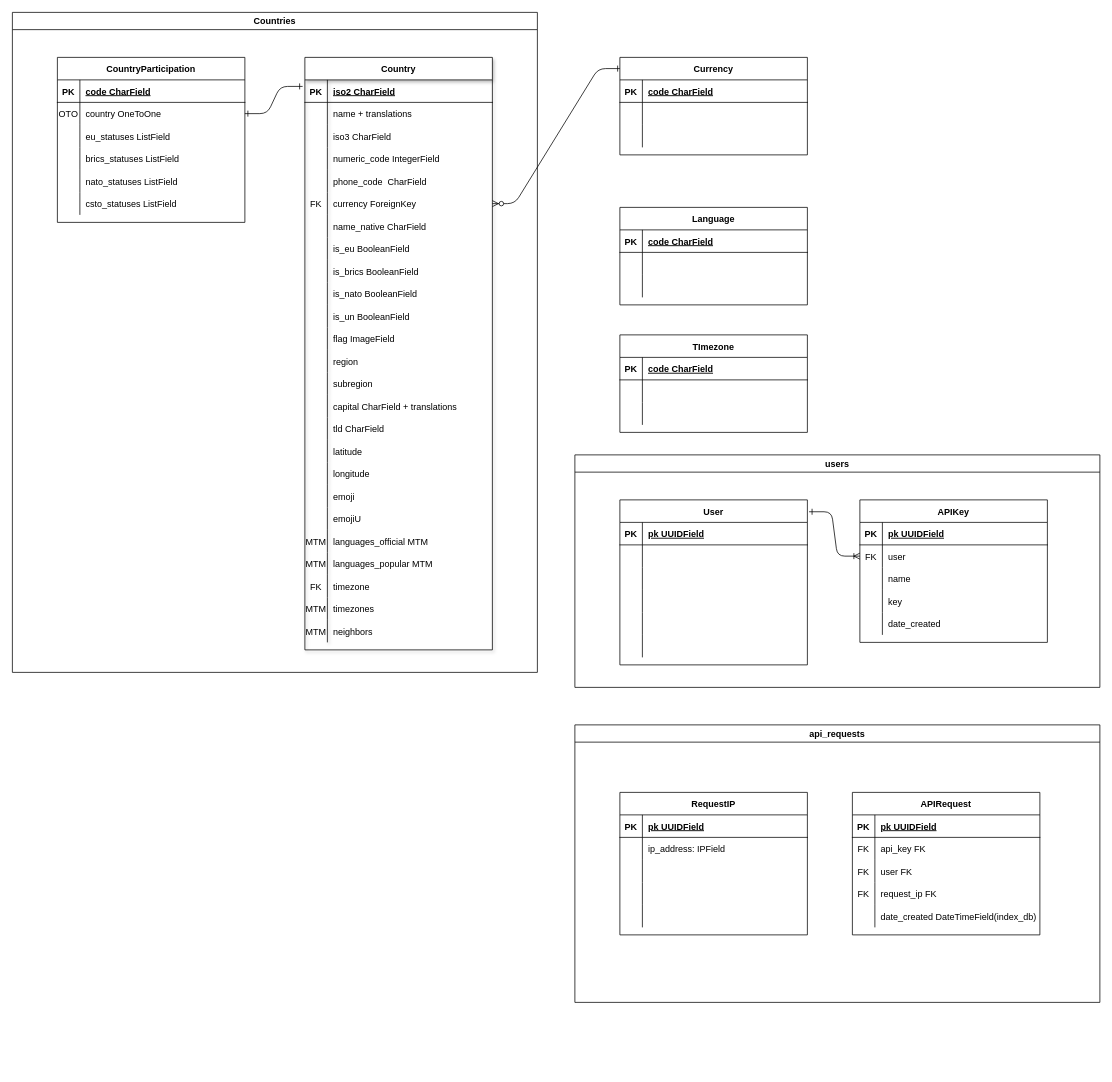
Rey092/ergostar keeps this draw.io diagram as db.drawio. Above is the earlier version. Source tidied: cells renumbered, new cells numbered last; positions are measured from the earlier drawing's top-left corner, leaving out a move shared by most shapes. Both pictures are drawn from the tidied source at 75%, with x=0, y=0 at pixel (12, 12).
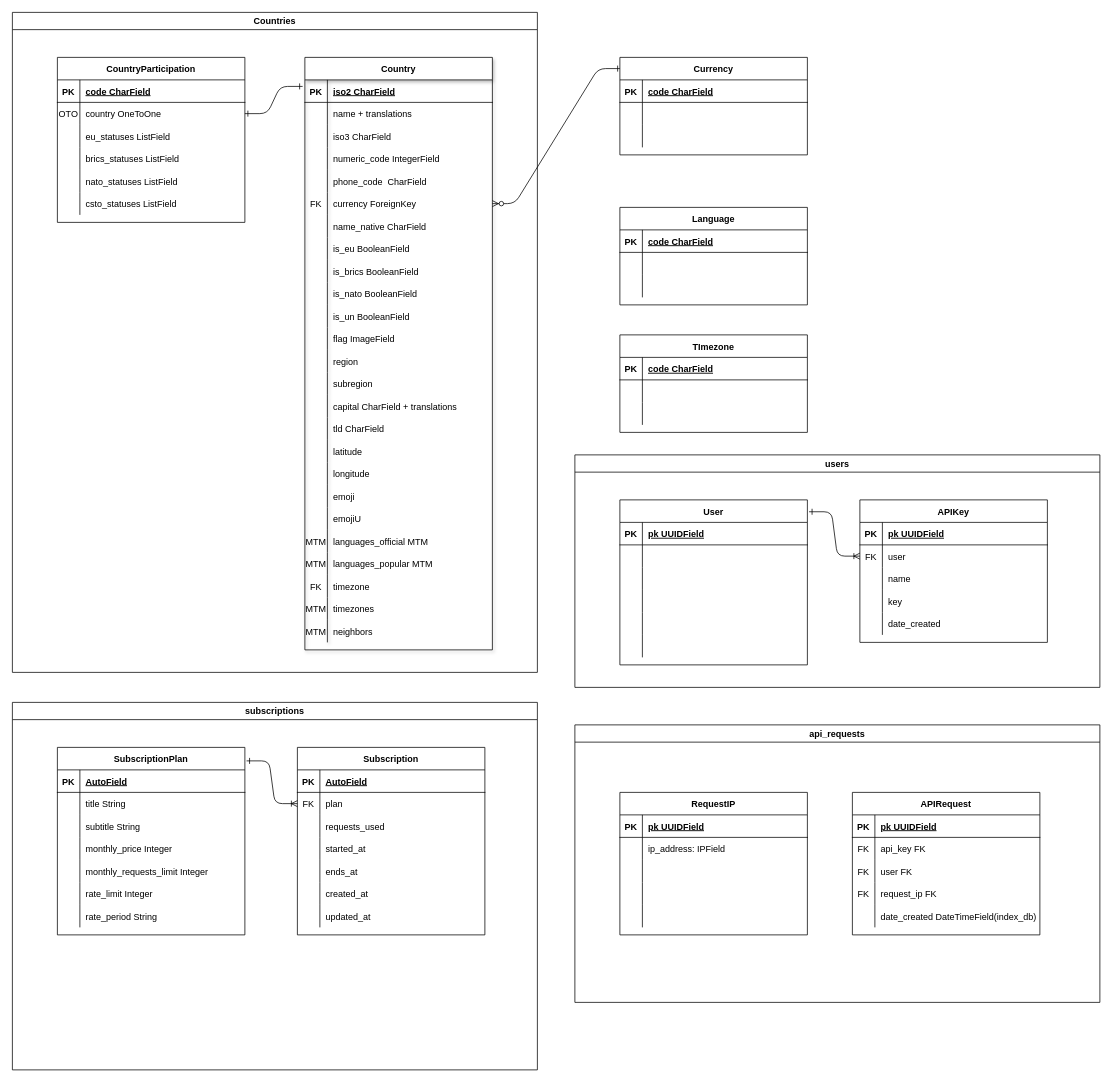
The same page after the edit.

What changed in the source:
```diff
@@
+    <mxCell id="200" value="subscriptions" style="swimlane;startSize=23;" parent="1" vertex="1">
+      <mxGeometry y="920" width="700" height="490" as="geometry" />
+    </mxCell>
+    <mxCell id="201" value="SubscriptionPlan" style="shape=table;startSize=30;childLayout=tableLayout;rowLines=0;fontStyle=1;align=center;" parent="200" vertex="1">
+      <mxGeometry x="60" y="60" width="250" height="250" as="geometry" />
+    </mxCell>
+    <mxCell id="202" style="shape=partialRectangle;fillColor=none;top=0;left=0;right=0;bottom=1;" parent="201" vertex="1">
+      <mxGeometry y="30" width="250" height="30" as="geometry" />
+    </mxCell>
+    <mxCell id="203" value="PK" style="shape=partialRectangle;overflow=hidden;fillColor=none;top=0;left=0;bottom=0;right=0;fontStyle=1;" parent="202" vertex="1">
+      <mxGeometry width="30" height="30" as="geometry" />
+    </mxCell>
+    <mxCell id="204" value="AutoField" style="shape=partialRectangle;overflow=hidden;fillColor=none;top=0;left=0;bottom=0;right=0;align=left;spacingLeft=6;fontStyle=5;" parent="202" vertex="1">
+      <mxGeometry x="30" width="220" height="30" as="geometry" />
+    </mxCell>
+    <mxCell id="205" style="shape=partialRectangle;fillColor=none;top=0;left=0;right=0;bottom=0;" parent="201" vertex="1">
+      <mxGeometry y="60" width="250" height="30" as="geometry" />
+    </mxCell>
+    <mxCell id="206" style="shape=partialRectangle;overflow=hidden;fillColor=none;top=0;left=0;bottom=0;right=0;" parent="205" vertex="1">
+      <mxGeometry width="30" height="30" as="geometry" />
+    </mxCell>
+    <mxCell id="207" value="title String" style="shape=partialRectangle;overflow=hidden;fillColor=none;top=0;left=0;bottom=0;right=0;align=left;spacingLeft=6;" parent="205" vertex="1">
+      <mxGeometry x="30" width="220" height="30" as="geometry" />
+    </mxCell>
+    <mxCell id="208" style="shape=partialRectangle;fillColor=none;top=0;left=0;right=0;bottom=0;" parent="201" vertex="1">
+      <mxGeometry y="90" width="250" height="30" as="geometry" />
+    </mxCell>
+    <mxCell id="209" style="shape=partialRectangle;overflow=hidden;fillColor=none;top=0;left=0;bottom=0;right=0;" parent="208" vertex="1">
+      <mxGeometry width="30" height="30" as="geometry" />
+    </mxCell>
+    <mxCell id="210" value="subtitle String" style="shape=partialRectangle;overflow=hidden;fillColor=none;top=0;left=0;bottom=0;right=0;align=left;spacingLeft=6;" parent="208" vertex="1">
+      <mxGeometry x="30" width="220" height="30" as="geometry" />
+    </mxCell>
+    <mxCell id="211" style="shape=partialRectangle;fillColor=none;top=0;left=0;right=0;bottom=0;" parent="201" vertex="1">
+      <mxGeometry y="120" width="250" height="30" as="geometry" />
+    </mxCell>
+    <mxCell id="212" style="shape=partialRectangle;overflow=hidden;fillColor=none;top=0;left=0;bottom=0;right=0;" parent="211" vertex="1">
+      <mxGeometry width="30" height="30" as="geometry" />
+    </mxCell>
+    <mxCell id="213" value="monthly_price Integer" style="shape=partialRectangle;overflow=hidden;fillColor=none;top=0;left=0;bottom=0;right=0;align=left;spacingLeft=6;" parent="211" vertex="1">
+      <mxGeometry x="30" width="220" height="30" as="geometry" />
+    </mxCell>
+    <mxCell id="214" style="shape=partialRectangle;fillColor=none;top=0;left=0;right=0;bottom=0;" parent="201" vertex="1">
+      <mxGeometry y="150" width="250" height="30" as="geometry" />
+    </mxCell>
+    <mxCell id="215" style="shape=partialRectangle;overflow=hidden;fillColor=none;top=0;left=0;bottom=0;right=0;" parent="214" vertex="1">
+      <mxGeometry width="30" height="30" as="geometry" />
+    </mxCell>
+    <mxCell id="216" value="monthly_requests_limit Integer" style="shape=partialRectangle;overflow=hidden;fillColor=none;top=0;left=0;bottom=0;right=0;align=left;spacingLeft=6;" parent="214" vertex="1">
+      <mxGeometry x="30" width="220" height="30" as="geometry" />
+    </mxCell>
+    <mxCell id="217" style="shape=partialRectangle;fillColor=none;top=0;left=0;right=0;bottom=0;" parent="201" vertex="1">
+      <mxGeometry y="180" width="250" height="30" as="geometry" />
+    </mxCell>
+    <mxCell id="218" style="shape=partialRectangle;overflow=hidden;fillColor=none;top=0;left=0;bottom=0;right=0;" parent="217" vertex="1">
+      <mxGeometry width="30" height="30" as="geometry" />
+    </mxCell>
+    <mxCell id="219" value="rate_limit Integer" style="shape=partialRectangle;overflow=hidden;fillColor=none;top=0;left=0;bottom=0;right=0;align=left;spacingLeft=6;" parent="217" vertex="1">
+      <mxGeometry x="30" width="220" height="30" as="geometry" />
+    </mxCell>
+    <mxCell id="220" style="shape=partialRectangle;fillColor=none;top=0;left=0;right=0;bottom=0;" parent="201" vertex="1">
+      <mxGeometry y="210" width="250" height="30" as="geometry" />
+    </mxCell>
+    <mxCell id="221" style="shape=partialRectangle;overflow=hidden;fillColor=none;top=0;left=0;bottom=0;right=0;" parent="220" vertex="1">
+      <mxGeometry width="30" height="30" as="geometry" />
+    </mxCell>
+    <mxCell id="222" value="rate_period String" style="shape=partialRectangle;overflow=hidden;fillColor=none;top=0;left=0;bottom=0;right=0;align=left;spacingLeft=6;" parent="220" vertex="1">
+      <mxGeometry x="30" width="220" height="30" as="geometry" />
+    </mxCell>
+    <mxCell id="223" value="Subscription" style="shape=table;startSize=30;childLayout=tableLayout;rowLines=0;fontStyle=1;align=center;" parent="200" vertex="1">
+      <mxGeometry x="380" y="60" width="250" height="250" as="geometry" />
+    </mxCell>
+    <mxCell id="224" style="shape=partialRectangle;fillColor=none;top=0;left=0;right=0;bottom=1;" parent="223" vertex="1">
+      <mxGeometry y="30" width="250" height="30" as="geometry" />
+    </mxCell>
+    <mxCell id="225" value="PK" style="shape=partialRectangle;overflow=hidden;fillColor=none;top=0;left=0;bottom=0;right=0;fontStyle=1;" parent="224" vertex="1">
+      <mxGeometry width="30" height="30" as="geometry" />
+    </mxCell>
+    <mxCell id="226" value="AutoField" style="shape=partialRectangle;overflow=hidden;fillColor=none;top=0;left=0;bottom=0;right=0;align=left;spacingLeft=6;fontStyle=5;" parent="224" vertex="1">
+      <mxGeometry x="30" width="220" height="30" as="geometry" />
+    </mxCell>
+    <mxCell id="227" style="shape=partialRectangle;fillColor=none;points=[[0,0.5],[1,0.5]];portConstraint=eastwest;top=0;left=0;right=0;bottom=0;" parent="223" vertex="1">
+      <mxGeometry y="60" width="250" height="30" as="geometry" />
+    </mxCell>
+    <mxCell id="228" value="FK" style="shape=partialRectangle;overflow=hidden;fillColor=none;top=0;left=0;bottom=0;right=0;" parent="227" vertex="1">
+      <mxGeometry width="30" height="30" as="geometry" />
+    </mxCell>
+    <mxCell id="229" value="plan" style="shape=partialRectangle;overflow=hidden;fillColor=none;top=0;left=0;bottom=0;right=0;align=left;spacingLeft=6;" parent="227" vertex="1">
+      <mxGeometry x="30" width="220" height="30" as="geometry" />
+    </mxCell>
+    <mxCell id="230" style="shape=partialRectangle;fillColor=none;top=0;left=0;right=0;bottom=0;" parent="223" vertex="1">
+      <mxGeometry y="90" width="250" height="30" as="geometry" />
+    </mxCell>
+    <mxCell id="231" style="shape=partialRectangle;overflow=hidden;fillColor=none;top=0;left=0;bottom=0;right=0;" parent="230" vertex="1">
+      <mxGeometry width="30" height="30" as="geometry" />
+    </mxCell>
+    <mxCell id="232" value="requests_used" style="shape=partialRectangle;overflow=hidden;fillColor=none;top=0;left=0;bottom=0;right=0;align=left;spacingLeft=6;" parent="230" vertex="1">
+      <mxGeometry x="30" width="220" height="30" as="geometry" />
+    </mxCell>
+    <mxCell id="233" style="shape=partialRectangle;fillColor=none;top=0;left=0;right=0;bottom=0;" parent="223" vertex="1">
+      <mxGeometry y="120" width="250" height="30" as="geometry" />
+    </mxCell>
+    <mxCell id="234" style="shape=partialRectangle;overflow=hidden;fillColor=none;top=0;left=0;bottom=0;right=0;" parent="233" vertex="1">
+      <mxGeometry width="30" height="30" as="geometry" />
+    </mxCell>
+    <mxCell id="235" value="started_at" style="shape=partialRectangle;overflow=hidden;fillColor=none;top=0;left=0;bottom=0;right=0;align=left;spacingLeft=6;" parent="233" vertex="1">
+      <mxGeometry x="30" width="220" height="30" as="geometry" />
+    </mxCell>
+    <mxCell id="236" style="shape=partialRectangle;fillColor=none;top=0;left=0;right=0;bottom=0;" parent="223" vertex="1">
+      <mxGeometry y="150" width="250" height="30" as="geometry" />
+    </mxCell>
+    <mxCell id="237" style="shape=partialRectangle;overflow=hidden;fillColor=none;top=0;left=0;bottom=0;right=0;" parent="236" vertex="1">
+      <mxGeometry width="30" height="30" as="geometry" />
+    </mxCell>
+    <mxCell id="238" value="ends_at" style="shape=partialRectangle;overflow=hidden;fillColor=none;top=0;left=0;bottom=0;right=0;align=left;spacingLeft=6;" parent="236" vertex="1">
+      <mxGeometry x="30" width="220" height="30" as="geometry" />
+    </mxCell>
+    <mxCell id="239" style="shape=partialRectangle;fillColor=none;top=0;left=0;right=0;bottom=0;" parent="223" vertex="1">
+      <mxGeometry y="180" width="250" height="30" as="geometry" />
+    </mxCell>
+    <mxCell id="240" style="shape=partialRectangle;overflow=hidden;fillColor=none;top=0;left=0;bottom=0;right=0;" parent="239" vertex="1">
+      <mxGeometry width="30" height="30" as="geometry" />
+    </mxCell>
+    <mxCell id="241" value="created_at" style="shape=partialRectangle;overflow=hidden;fillColor=none;top=0;left=0;bottom=0;right=0;align=left;spacingLeft=6;" parent="239" vertex="1">
+      <mxGeometry x="30" width="220" height="30" as="geometry" />
+    </mxCell>
+    <mxCell id="242" style="shape=partialRectangle;fillColor=none;top=0;left=0;right=0;bottom=0;" parent="223" vertex="1">
+      <mxGeometry y="210" width="250" height="30" as="geometry" />
+    </mxCell>
+    <mxCell id="243" style="shape=partialRectangle;overflow=hidden;fillColor=none;top=0;left=0;bottom=0;right=0;" parent="242" vertex="1">
+      <mxGeometry width="30" height="30" as="geometry" />
+    </mxCell>
+    <mxCell id="244" value="updated_at" style="shape=partialRectangle;overflow=hidden;fillColor=none;top=0;left=0;bottom=0;right=0;align=left;spacingLeft=6;" parent="242" vertex="1">
+      <mxGeometry x="30" width="220" height="30" as="geometry" />
+    </mxCell>
+    <mxCell id="245" style="edgeStyle=entityRelationEdgeStyle;endArrow=ERoneToMany;startArrow=ERone;endFill=0;startFill=0;exitX=1.009;exitY=0.072;exitDx=0;exitDy=0;entryX=0;entryY=0.5;entryDx=0;entryDy=0;exitPerimeter=0;" parent="200" edge="1" source="201" target="227">
+      <mxGeometry relative="1" as="geometry" />
+    </mxCell>
```
